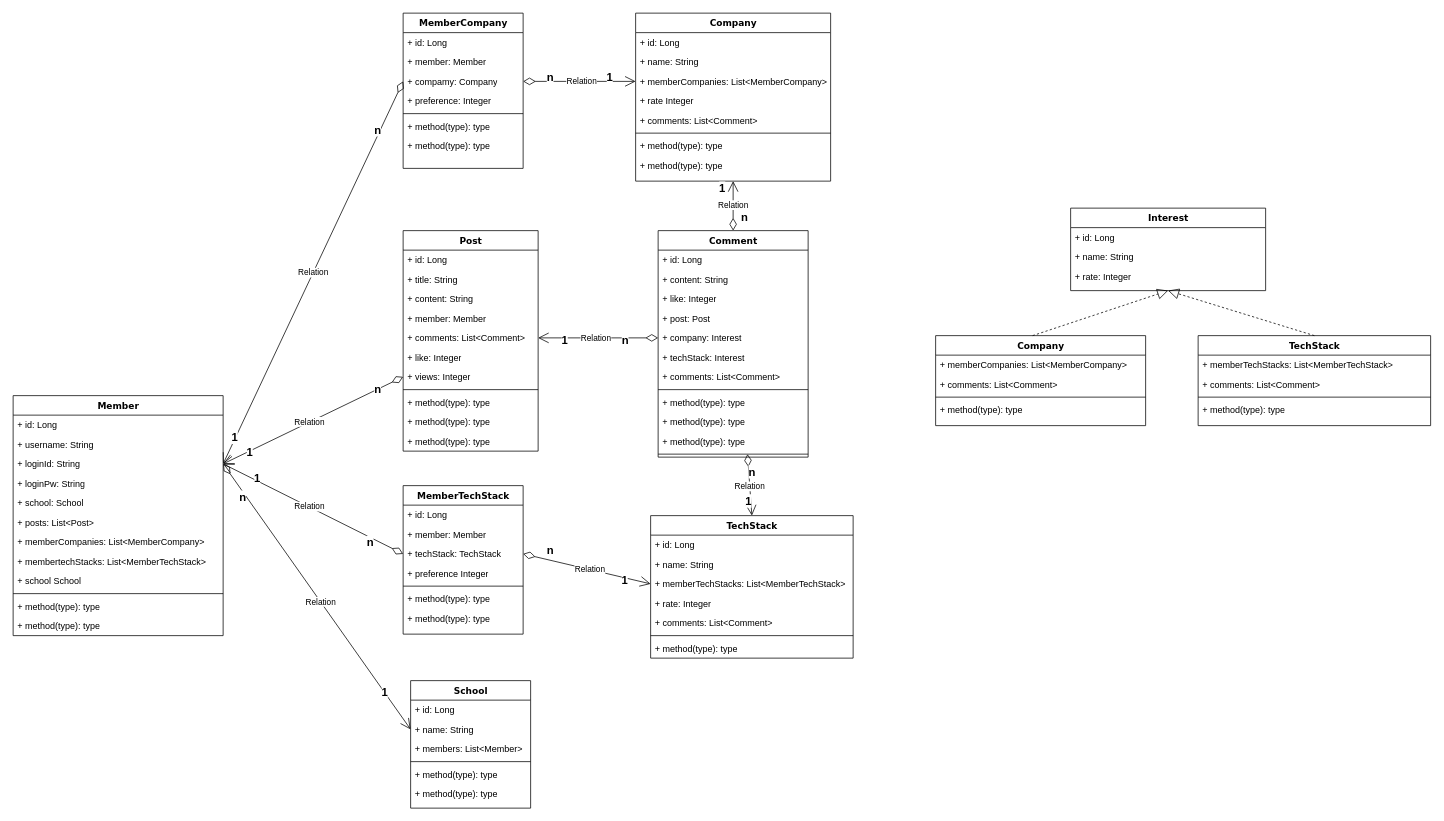
Before: src/main/resources/static/클래스 다이어그램.drawio in ChungComi/Server, a draw.io diagram. Source tidied: cells renumbered, new cells numbered last; positions are measured from the earlier drawing's top-left corner, leaving out a move shared by most shapes. Both pictures are drawn from the tidied source at 75%, with x=0, y=0 at pixel (13, 13).
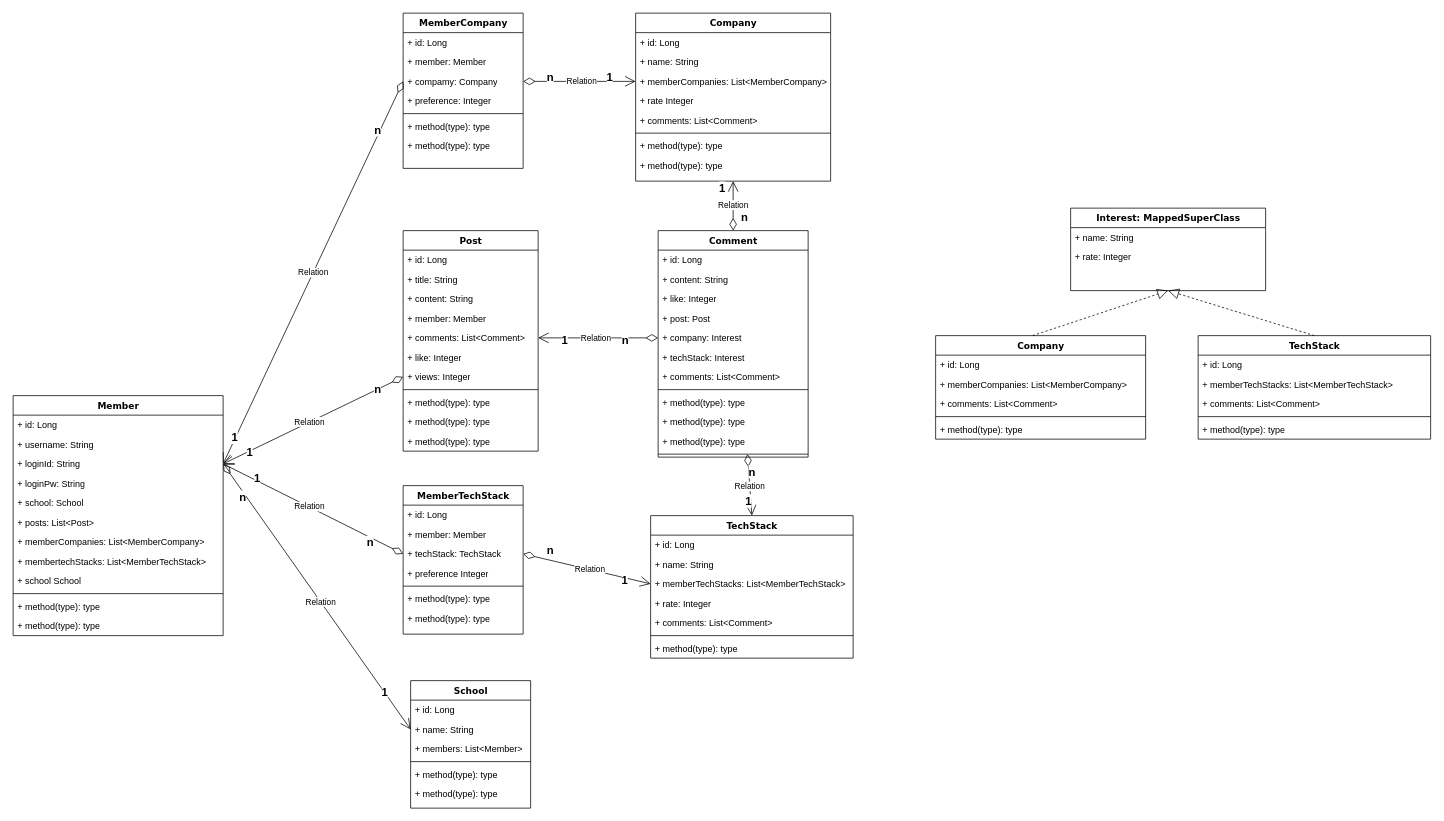
Above is the later version.

Change to the diagram source:
```diff
@@
-    <mxCell id="107" value="Interest&lt;div&gt;&lt;br&gt;&lt;/div&gt;" style="swimlane;html=1;fontStyle=1;align=center;verticalAlign=top;horizontal=1;startSize=26;swimlaneFillColor=#ffffff;rounded=0;shadow=0;comic=0;labelBackgroundColor=none;strokeWidth=1;fillColor=none;fontFamily=Verdana;fontSize=12;" parent="1" vertex="1">
+    <mxCell id="107" value="Interest: MappedSuperClass&lt;div&gt;&lt;br&gt;&lt;/div&gt;" style="swimlane;html=1;fontStyle=1;align=center;verticalAlign=top;horizontal=1;startSize=26;swimlaneFillColor=#ffffff;rounded=0;shadow=0;comic=0;labelBackgroundColor=none;strokeWidth=1;fillColor=none;fontFamily=Verdana;fontSize=12;" parent="1" vertex="1">
       <mxGeometry x="1410" y="260" width="260" height="110" as="geometry" />
     </mxCell>
-    <mxCell id="108" value="+ id: Long" style="text;html=1;strokeColor=none;fillColor=none;align=left;verticalAlign=top;spacingLeft=4;spacingRight=4;whiteSpace=wrap;overflow=hidden;" parent="107" vertex="1">
-      <mxGeometry y="26" width="260" height="26" as="geometry" />
-    </mxCell>
     <mxCell id="109" value="+ name: String" style="text;html=1;strokeColor=none;fillColor=none;align=left;verticalAlign=top;spacingLeft=4;spacingRight=4;whiteSpace=wrap;overflow=hidden;" parent="107" vertex="1">
-      <mxGeometry y="52" width="260" height="26" as="geometry" />
+      <mxGeometry y="26" width="260" height="26" as="geometry" />
     </mxCell>
     <mxCell id="110" value="+ rate: Integer" style="text;html=1;strokeColor=none;fillColor=none;align=left;verticalAlign=top;spacingLeft=4;spacingRight=4;whiteSpace=wrap;overflow=hidden;" parent="107" vertex="1">
-      <mxGeometry y="78" width="260" height="26" as="geometry" />
+      <mxGeometry y="52" width="260" height="26" as="geometry" />
     </mxCell>
     <mxCell id="111" value="TechStack" style="swimlane;html=1;fontStyle=1;align=center;verticalAlign=top;horizontal=1;startSize=26;swimlaneFillColor=#ffffff;rounded=0;shadow=0;comic=0;labelBackgroundColor=none;strokeWidth=1;fillColor=none;fontFamily=Verdana;fontSize=12;" parent="1" vertex="1">
-      <mxGeometry x="1580" y="430" width="310" height="120" as="geometry" />
+      <mxGeometry x="1580" y="430" width="310" height="138" as="geometry" />
     </mxCell>
+    <mxCell id="123" value="+ id: Long" style="text;html=1;strokeColor=none;fillColor=none;align=left;verticalAlign=top;spacingLeft=4;spacingRight=4;whiteSpace=wrap;overflow=hidden;" parent="111" vertex="1">
+      <mxGeometry y="26" width="310" height="26" as="geometry" />
+    </mxCell>
     <mxCell id="112" value="+ memberTechStacks: List&amp;lt;MemberTechStack&amp;gt;" style="text;html=1;strokeColor=none;fillColor=none;align=left;verticalAlign=top;spacingLeft=4;spacingRight=4;whiteSpace=wrap;overflow=hidden;" parent="111" vertex="1">
-      <mxGeometry y="26" width="310" height="26" as="geometry" />
+      <mxGeometry y="52" width="310" height="26" as="geometry" />
     </mxCell>
     <mxCell id="113" value="+ comments: List&amp;lt;Comment&amp;gt;" style="text;html=1;strokeColor=none;fillColor=none;align=left;verticalAlign=top;spacingLeft=4;spacingRight=4;whiteSpace=wrap;overflow=hidden;" parent="111" vertex="1">
-      <mxGeometry y="52" width="310" height="26" as="geometry" />
+      <mxGeometry y="78" width="310" height="26" as="geometry" />
     </mxCell>
     <mxCell id="114" style="line;html=1;strokeWidth=1;fillColor=none;align=left;verticalAlign=middle;spacingTop=-1;spacingLeft=3;spacingRight=3;labelPosition=right;" parent="111" vertex="1">
-      <mxGeometry y="78" width="310" height="8" as="geometry" />
+      <mxGeometry y="104" width="310" height="8" as="geometry" />
     </mxCell>
     <mxCell id="115" value="+ method(type): type" style="text;html=1;strokeColor=none;fillColor=none;align=left;verticalAlign=top;spacingLeft=4;spacingRight=4;whiteSpace=wrap;overflow=hidden;" parent="111" vertex="1">
-      <mxGeometry y="86" width="310" height="26" as="geometry" />
+      <mxGeometry y="112" width="310" height="26" as="geometry" />
     </mxCell>
     <mxCell id="116" value="Company&lt;div&gt;&lt;br&gt;&lt;/div&gt;" style="swimlane;html=1;fontStyle=1;align=center;verticalAlign=top;horizontal=1;startSize=26;swimlaneFillColor=#ffffff;rounded=0;shadow=0;comic=0;labelBackgroundColor=none;strokeWidth=1;fillColor=none;fontFamily=Verdana;fontSize=12;" parent="1" vertex="1">
-      <mxGeometry x="1230" y="430" width="280" height="120" as="geometry" />
+      <mxGeometry x="1230" y="430" width="280" height="138" as="geometry" />
     </mxCell>
+    <mxCell id="124" value="+ id: Long" style="text;html=1;strokeColor=none;fillColor=none;align=left;verticalAlign=top;spacingLeft=4;spacingRight=4;whiteSpace=wrap;overflow=hidden;" parent="116" vertex="1">
+      <mxGeometry y="26" width="280" height="26" as="geometry" />
+    </mxCell>
     <mxCell id="117" value="+ memberCompanies: List&amp;lt;MemberCompany&amp;gt;" style="text;html=1;strokeColor=none;fillColor=none;align=left;verticalAlign=top;spacingLeft=4;spacingRight=4;whiteSpace=wrap;overflow=hidden;" parent="116" vertex="1">
-      <mxGeometry y="26" width="280" height="26" as="geometry" />
+      <mxGeometry y="52" width="280" height="26" as="geometry" />
     </mxCell>
     <mxCell id="118" value="+ comments: List&amp;lt;Comment&amp;gt;" style="text;html=1;strokeColor=none;fillColor=none;align=left;verticalAlign=top;spacingLeft=4;spacingRight=4;whiteSpace=wrap;overflow=hidden;" parent="116" vertex="1">
-      <mxGeometry y="52" width="280" height="26" as="geometry" />
+      <mxGeometry y="78" width="280" height="26" as="geometry" />
     </mxCell>
     <mxCell id="119" style="line;html=1;strokeWidth=1;fillColor=none;align=left;verticalAlign=middle;spacingTop=-1;spacingLeft=3;spacingRight=3;labelPosition=right;" parent="116" vertex="1">
-      <mxGeometry y="78" width="280" height="8" as="geometry" />
+      <mxGeometry y="104" width="280" height="8" as="geometry" />
     </mxCell>
     <mxCell id="120" value="+ method(type): type" style="text;html=1;strokeColor=none;fillColor=none;align=left;verticalAlign=top;spacingLeft=4;spacingRight=4;whiteSpace=wrap;overflow=hidden;" parent="116" vertex="1">
-      <mxGeometry y="86" width="280" height="26" as="geometry" />
+      <mxGeometry y="112" width="280" height="26" as="geometry" />
     </mxCell>
```
